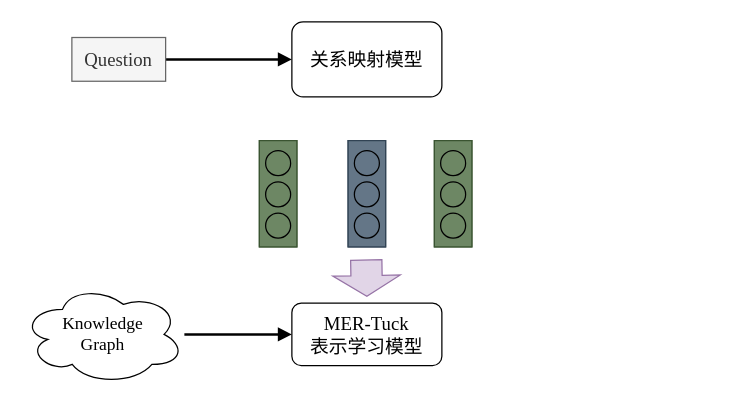
The draw.io diagram kgeQA.drawio in Dionysusssss/GraduationDesign2, before the edit. Source tidied: cells renumbered, new cells numbered last; positions are measured from the earlier drawing's top-left corner, leaving out a move shared by most shapes. Both pictures are drawn from the tidied source at 125%, with x=0, y=0 at pixel (21, 21). Pictures stored in the file or linked from it are replaced by grey dashed boxes.
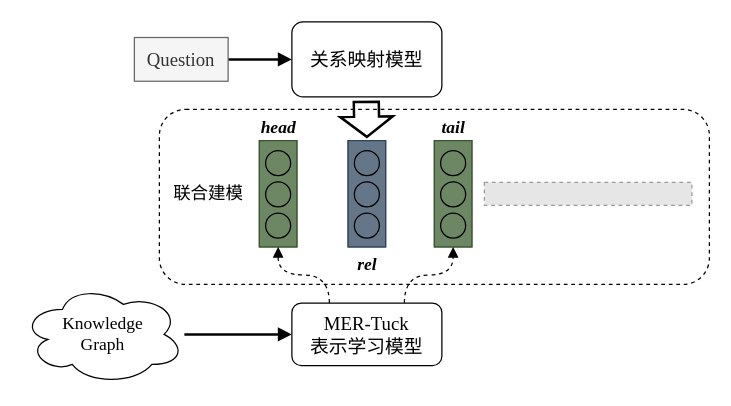
The same diagram, later.

The change refers to these unchanged cells:
```xml
<mxCell id="3" style="rounded=0;whiteSpace=wrap;html=1;fillColor=#6d8764;strokeColor=#3A5431;fontColor=#ffffff;fontFamily=Times New Roman;" parent="2" vertex="1">
  <mxGeometry width="30" height="85" as="geometry" />
</mxCell>
<mxCell id="13" style="rounded=0;whiteSpace=wrap;html=1;fillColor=#6d8764;strokeColor=#3A5431;fontFamily=Times New Roman;" parent="12" vertex="1">
  <mxGeometry width="30" height="85" as="geometry" />
</mxCell>
<mxCell id="19" value="MER-Tuck&lt;br&gt;表示学习模型" style="rounded=1;whiteSpace=wrap;html=1;strokeColor=#000000;fontFamily=Times New Roman;fontSize=15;" parent="1" vertex="1">
  <mxGeometry x="216" y="225" width="120" height="50" as="geometry" />
</mxCell>
```

The edit, as a diff of the source:
```diff
@@
+    <mxCell id="24" style="rounded=1;whiteSpace=wrap;html=1;strokeColor=#000000;fontFamily=Times New Roman;fontSize=14;dashed=1;" parent="1" vertex="1">
+      <mxGeometry x="110" y="70" width="440" height="140" as="geometry" />
+    </mxCell>
@@
+    <mxCell id="25" style="edgeStyle=orthogonalEdgeStyle;rounded=0;jettySize=auto;html=1;exitX=0.25;exitY=0;exitDx=0;exitDy=0;entryX=0.5;entryY=1;entryDx=0;entryDy=0;strokeWidth=1;fontFamily=Times New Roman;fontSize=14;endArrow=block;endFill=1;curved=1;dashed=1;fontStyle=1;" parent="1" edge="1" source="19" target="3">
+      <mxGeometry relative="1" as="geometry" />
+    </mxCell>
+    <mxCell id="26" style="edgeStyle=orthogonalEdgeStyle;rounded=0;jettySize=auto;html=1;exitX=0.75;exitY=0;exitDx=0;exitDy=0;entryX=0.5;entryY=1;entryDx=0;entryDy=0;strokeWidth=1;fontFamily=Times New Roman;fontSize=14;endArrow=block;endFill=1;curved=1;dashed=1;" parent="1" edge="1" source="19" target="13">
+      <mxGeometry relative="1" as="geometry" />
+    </mxCell>
@@
     <mxCell id="22" value="&lt;font style=&quot;font-size: 15px;&quot;&gt;Question&lt;/font&gt;" style="rounded=0;whiteSpace=wrap;html=1;strokeColor=#666666;fillColor=#f5f5f5;fontColor=#333333;fontFamily=Times New Roman;" parent="1" vertex="1">
-      <mxGeometry x="40" y="12.5" width="75" height="35" as="geometry" />
+      <mxGeometry x="90" y="12.5" width="75" height="35" as="geometry" />
     </mxCell>
-    <mxCell id="23" style="shape=flexArrow;endArrow=classic;html=1;rounded=0;fontFamily=Times New Roman;fontSize=14;endWidth=28;endSize=5.19;width=25;fillColor=#e1d5e7;strokeColor=#9673a6;" parent="1" edge="1">
-      <mxGeometry relative="1" as="geometry">
-        <mxPoint x="275.5" y="190" as="sourcePoint" />
-        <mxPoint x="276" y="220" as="targetPoint" />
-      </mxGeometry>
-    </mxCell>
+    <mxCell id="27" value="联合建模" style="text;html=1;align=center;verticalAlign=middle;strokeColor=none;fillColor=none;fontSize=14;fontFamily=Times New Roman;" parent="1" vertex="1">
+      <mxGeometry x="109" y="122.5" width="80" height="30" as="geometry" />
+    </mxCell>
+    <mxCell id="28" style="shape=flexArrow;endArrow=classic;html=1;rounded=0;strokeWidth=2;fontFamily=Times New Roman;fontSize=14;curved=1;width=19;endSize=4.72;" parent="1" edge="1">
+      <mxGeometry relative="1" as="geometry">
+        <mxPoint x="275.5" y="63" as="sourcePoint" />
+        <mxPoint x="276" y="93" as="targetPoint" />
+      </mxGeometry>
+    </mxCell>
+    <mxCell id="29" value="head" style="text;html=1;align=center;verticalAlign=middle;strokeColor=none;fillColor=none;fontSize=14;fontFamily=Times New Roman;fontStyle=3;" parent="1" vertex="1">
+      <mxGeometry x="180" y="70" width="50" height="30" as="geometry" />
+    </mxCell>
+    <mxCell id="30" value="rel" style="text;html=1;align=center;verticalAlign=middle;strokeColor=none;fillColor=none;fontSize=14;fontFamily=Times New Roman;fontStyle=3;" parent="1" vertex="1">
+      <mxGeometry x="256" y="180" width="40" height="30" as="geometry" />
+    </mxCell>
+    <mxCell id="31" value="tail" style="text;html=1;align=center;verticalAlign=middle;strokeColor=none;fillColor=none;fontSize=14;fontFamily=Times New Roman;fontStyle=3;" parent="1" vertex="1">
+      <mxGeometry x="325" y="70" width="40" height="30" as="geometry" />
+    </mxCell>
+    <mxCell id="32" style="fillColor=#E6E6E6;strokeColor=#999999;dashed=1;verticalLabelPosition=bottom;labelBackgroundColor=default;verticalAlign=top;" parent="1" vertex="1">
+      <mxGeometry x="370" y="128.3" width="166" height="18.4" as="geometry" />
+    </mxCell>
```
